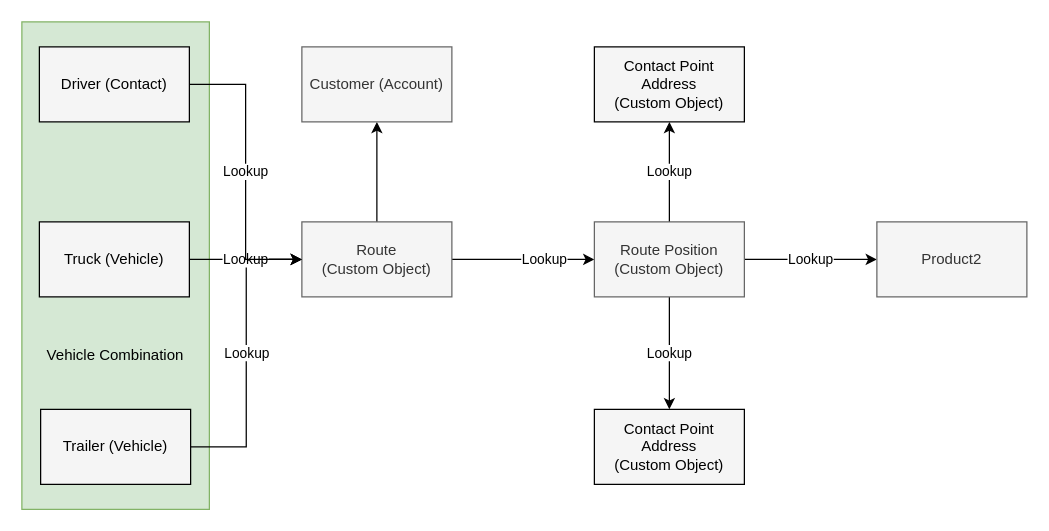
GerkeBF/GerkeBF.github.io keeps this draw.io diagram as RhenusDatamodel_OneAddress_Client.drawio. Above is the earlier version. Source tidied: cells renumbered, new cells numbered last; positions are measured from the earlier drawing's top-left corner, leaving out a move shared by most shapes. Both pictures are drawn from the tidied source at 125%, with x=0, y=0 at pixel (21, 21).
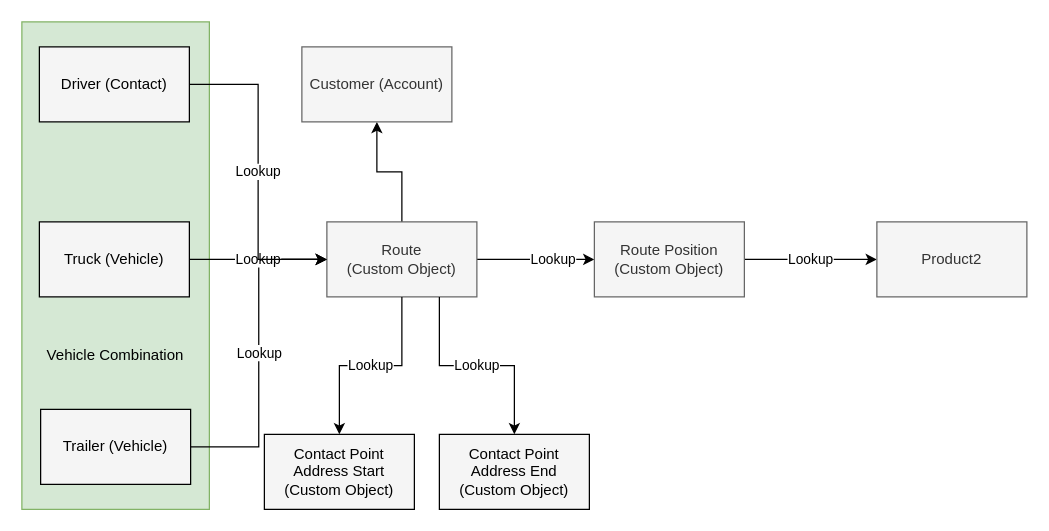
The same page after the edit.

Commit message:
The real one address

Unchanged cells that the change refers to:
```xml
<mxCell id="11" value="Route Position&lt;br&gt;(Custom Object)" style="rounded=0;whiteSpace=wrap;html=1;fillColor=#f5f5f5;fontColor=#333333;strokeColor=#666666;" parent="1" vertex="1">
  <mxGeometry x="458" y="160" width="120" height="60" as="geometry" />
</mxCell>
```

Change to the diagram source:
```diff
@@
     <mxCell id="6" value="Route &lt;br&gt;(Custom Object)" style="rounded=0;whiteSpace=wrap;html=1;fillColor=#f5f5f5;fontColor=#333333;strokeColor=#666666;" parent="1" vertex="1">
-      <mxGeometry x="224" y="160" width="120" height="60" as="geometry" />
+      <mxGeometry x="244" y="160" width="120" height="60" as="geometry" />
     </mxCell>
@@
-    <mxCell id="9" value="Lookup" style="edgeStyle=orthogonalEdgeStyle;rounded=0;jettySize=auto;html=1;exitX=0.5;exitY=0;exitDx=0;exitDy=0;" parent="1" edge="1" source="11" target="14">
+    <mxCell id="9" value="Lookup" style="edgeStyle=orthogonalEdgeStyle;rounded=0;jettySize=auto;html=1;exitX=0.5;exitY=1;exitDx=0;exitDy=0;" parent="1" edge="1" source="6" target="14">
       <mxGeometry relative="1" as="geometry" />
     </mxCell>
-    <mxCell id="10" value="Lookup" style="edgeStyle=orthogonalEdgeStyle;rounded=0;jettySize=auto;html=1;exitX=0.5;exitY=1;exitDx=0;exitDy=0;entryX=0.5;entryY=0;entryDx=0;entryDy=0;" parent="1" edge="1" source="11" target="13">
+    <mxCell id="10" value="Lookup" style="edgeStyle=orthogonalEdgeStyle;rounded=0;jettySize=auto;html=1;exitX=0.75;exitY=1;exitDx=0;exitDy=0;entryX=0.5;entryY=0;entryDx=0;entryDy=0;" parent="1" edge="1" source="6" target="13">
       <mxGeometry relative="1" as="geometry" />
     </mxCell>
@@
-    <mxCell id="13" value="Contact Point Address&lt;br&gt;(Custom Object)" style="rounded=0;whiteSpace=wrap;html=1;fillColor=#F5F5F5;" parent="1" vertex="1">
-      <mxGeometry x="458" y="310" width="120" height="60" as="geometry" />
+    <mxCell id="13" value="Contact Point Address End&lt;br&gt;(Custom Object)" style="rounded=0;whiteSpace=wrap;html=1;fillColor=#F5F5F5;" parent="1" vertex="1">
+      <mxGeometry x="334" y="330" width="120" height="60" as="geometry" />
     </mxCell>
-    <mxCell id="14" value="Contact Point Address &lt;br&gt;(Custom Object)" style="rounded=0;whiteSpace=wrap;html=1;fillColor=#F5F5F5;" parent="1" vertex="1">
-      <mxGeometry x="458" y="20" width="120" height="60" as="geometry" />
+    <mxCell id="14" value="Contact Point Address Start&lt;br&gt;(Custom Object)" style="rounded=0;whiteSpace=wrap;html=1;fillColor=#F5F5F5;" parent="1" vertex="1">
+      <mxGeometry x="194" y="330" width="120" height="60" as="geometry" />
     </mxCell>
```
